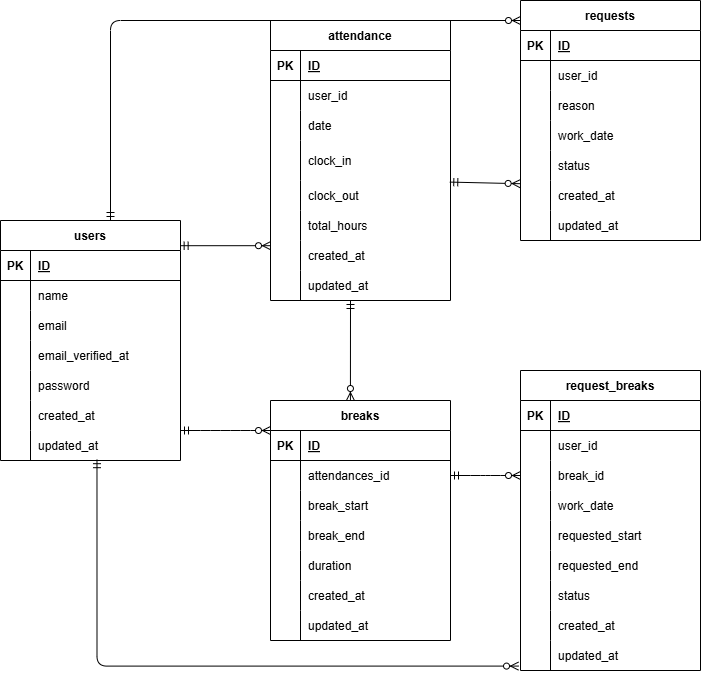
Earlier version of the draw.io export ER.png (nishimiyu0313/yamada-attendanceapp). Source tidied: cells renumbered, new cells last; positions are measured from the earlier drawing's top-left corner, leaving out a move shared by most shapes.
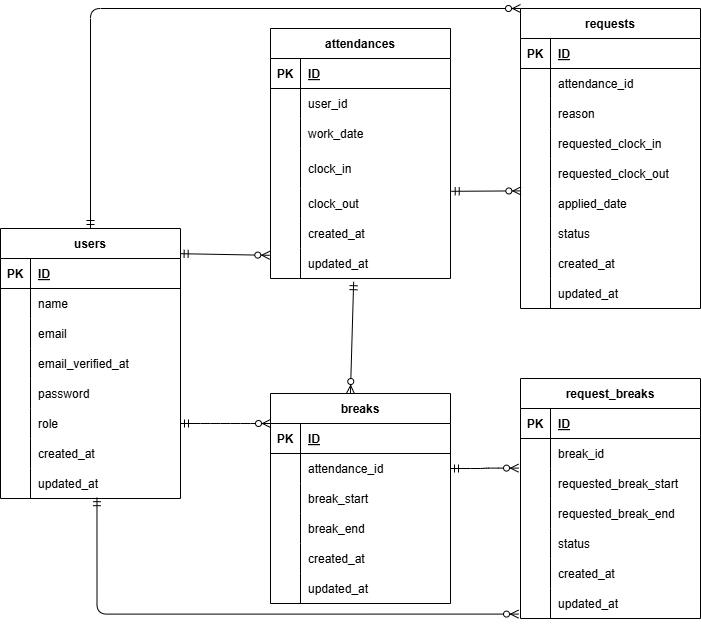
The same file after the commit.

Commit message:
リポジトリの変更

Diff of the diagram source:
```diff
@@ -5,3 +5,3 @@
     <mxCell id="2" value="users" style="shape=table;startSize=30;rowLines=0;fontStyle=1;align=center;" parent="1" vertex="1">
-      <mxGeometry y="220" width="180" height="240" as="geometry" />
+      <mxGeometry y="220" width="180" height="270" as="geometry" />
     </mxCell>
@@ -52,4 +52,13 @@
     </mxCell>
+    <mxCell id="128" style="shape=tableRow;horizontal=0;startSize=0;swimlaneHead=0;swimlaneBody=0;fillColor=none;points=[[0,0.5],[1,0.5]];portConstraint=eastwest;top=0;left=0;right=0;bottom=0;" parent="2" vertex="1">
+      <mxGeometry y="180" width="180" height="30" as="geometry" />
+    </mxCell>
+    <mxCell id="129" style="shape=partialRectangle;fillColor=none;top=0;left=0;bottom=0;right=0;overflow=hidden;" parent="128" vertex="1">
+      <mxGeometry width="30" height="30" as="geometry" />
+    </mxCell>
+    <mxCell id="130" value="role" style="shape=partialRectangle;fillColor=none;top=0;left=0;bottom=0;right=0;align=left;spacingLeft=6;overflow=hidden;" parent="128" vertex="1">
+      <mxGeometry x="30" width="150" height="30" as="geometry" />
+    </mxCell>
     <mxCell id="18" style="shape=tableRow;horizontal=0;startSize=0;swimlaneHead=0;swimlaneBody=0;fillColor=none;top=0;left=0;right=0;bottom=0;" parent="2" vertex="1">
-      <mxGeometry y="180" width="180" height="30" as="geometry" />
+      <mxGeometry y="210" width="180" height="30" as="geometry" />
     </mxCell>
@@ -62,3 +71,3 @@
     <mxCell id="21" style="shape=tableRow;horizontal=0;startSize=0;swimlaneHead=0;swimlaneBody=0;fillColor=none;points=[[0,0.5],[1,0.5]];portConstraint=eastwest;top=0;left=0;right=0;bottom=0;" parent="2" vertex="1">
-      <mxGeometry y="210" width="180" height="30" as="geometry" />
+      <mxGeometry y="240" width="180" height="30" as="geometry" />
     </mxCell>
@@ -70,4 +79,4 @@
     </mxCell>
-    <mxCell id="24" value="attendance" style="shape=table;startSize=30;rowLines=0;fontStyle=1;align=center;" parent="1" vertex="1">
-      <mxGeometry x="270" y="20" width="180" height="280" as="geometry" />
+    <mxCell id="24" value="attendances" style="shape=table;startSize=30;rowLines=0;fontStyle=1;align=center;" parent="1" vertex="1">
+      <mxGeometry x="270" y="20" width="180" height="250" as="geometry" />
     </mxCell>
@@ -97,3 +106,3 @@
     </mxCell>
-    <mxCell id="33" value="date" style="shape=partialRectangle;fillColor=none;top=0;left=0;bottom=0;right=0;align=left;spacingLeft=6;overflow=hidden;" parent="31" vertex="1">
+    <mxCell id="33" value="work_date" style="shape=partialRectangle;fillColor=none;top=0;left=0;bottom=0;right=0;align=left;spacingLeft=6;overflow=hidden;" parent="31" vertex="1">
       <mxGeometry x="30" width="150" height="30" as="geometry" />
@@ -118,13 +127,4 @@
     </mxCell>
-    <mxCell id="40" style="shape=tableRow;horizontal=0;startSize=0;swimlaneHead=0;swimlaneBody=0;fillColor=none;top=0;left=0;right=0;bottom=0;" parent="24" vertex="1">
-      <mxGeometry y="190" width="180" height="30" as="geometry" />
-    </mxCell>
-    <mxCell id="41" style="shape=partialRectangle;fillColor=none;top=0;left=0;bottom=0;right=0;overflow=hidden;" parent="40" vertex="1">
-      <mxGeometry width="30" height="30" as="geometry" />
-    </mxCell>
-    <mxCell id="42" value="total_hours" style="shape=partialRectangle;fillColor=none;top=0;left=0;bottom=0;right=0;align=left;spacingLeft=6;overflow=hidden;" parent="40" vertex="1">
-      <mxGeometry x="30" width="150" height="30" as="geometry" />
-    </mxCell>
     <mxCell id="43" style="shape=tableRow;horizontal=0;startSize=0;swimlaneHead=0;swimlaneBody=0;fillColor=none;points=[[0,0.5],[1,0.5]];portConstraint=eastwest;top=0;left=0;right=0;bottom=0;" parent="24" vertex="1">
-      <mxGeometry y="220" width="180" height="30" as="geometry" />
+      <mxGeometry y="190" width="180" height="30" as="geometry" />
     </mxCell>
@@ -137,3 +137,3 @@
     <mxCell id="46" style="shape=tableRow;horizontal=0;startSize=0;swimlaneHead=0;swimlaneBody=0;fillColor=none;points=[[0,0.5],[1,0.5]];portConstraint=eastwest;top=0;left=0;right=0;bottom=0;" parent="24" vertex="1">
-      <mxGeometry y="250" width="180" height="30" as="geometry" />
+      <mxGeometry y="220" width="180" height="30" as="geometry" />
     </mxCell>
@@ -146,3 +146,3 @@
     <mxCell id="49" value="breaks" style="shape=table;startSize=30;rowLines=0;fontStyle=1;align=center;" parent="1" vertex="1">
-      <mxGeometry x="270" y="400" width="180" height="240" as="geometry" />
+      <mxGeometry x="270" y="385" width="180" height="210" as="geometry" />
     </mxCell>
@@ -163,3 +163,3 @@
     </mxCell>
-    <mxCell id="55" value="attendances_id" style="shape=partialRectangle;fillColor=none;top=0;left=0;bottom=0;right=0;align=left;spacingLeft=6;overflow=hidden;" parent="53" vertex="1">
+    <mxCell id="55" value="attendance_id" style="shape=partialRectangle;fillColor=none;top=0;left=0;bottom=0;right=0;align=left;spacingLeft=6;overflow=hidden;" parent="53" vertex="1">
       <mxGeometry x="30" width="150" height="30" as="geometry" />
@@ -184,13 +184,4 @@
     </mxCell>
-    <mxCell id="62" style="shape=tableRow;horizontal=0;startSize=0;swimlaneHead=0;swimlaneBody=0;fillColor=none;top=0;left=0;right=0;bottom=0;" parent="49" vertex="1">
-      <mxGeometry y="150" width="180" height="30" as="geometry" />
-    </mxCell>
-    <mxCell id="63" style="shape=partialRectangle;fillColor=none;top=0;left=0;bottom=0;right=0;overflow=hidden;" parent="62" vertex="1">
-      <mxGeometry width="30" height="30" as="geometry" />
-    </mxCell>
-    <mxCell id="64" value="duration" style="shape=partialRectangle;fillColor=none;top=0;left=0;bottom=0;right=0;align=left;spacingLeft=6;overflow=hidden;" parent="62" vertex="1">
-      <mxGeometry x="30" width="150" height="30" as="geometry" />
-    </mxCell>
     <mxCell id="65" style="shape=tableRow;horizontal=0;startSize=0;swimlaneHead=0;swimlaneBody=0;fillColor=none;top=0;left=0;right=0;bottom=0;" parent="49" vertex="1">
-      <mxGeometry y="180" width="180" height="30" as="geometry" />
+      <mxGeometry y="150" width="180" height="30" as="geometry" />
     </mxCell>
@@ -203,3 +194,3 @@
     <mxCell id="68" style="shape=tableRow;horizontal=0;startSize=0;swimlaneHead=0;swimlaneBody=0;fillColor=none;top=0;left=0;right=0;bottom=0;" parent="49" vertex="1">
-      <mxGeometry y="210" width="180" height="30" as="geometry" />
+      <mxGeometry y="180" width="180" height="30" as="geometry" />
     </mxCell>
@@ -212,3 +203,3 @@
     <mxCell id="71" value="requests" style="shape=table;startSize=30;rowLines=0;fontStyle=1;align=center;" parent="1" vertex="1">
-      <mxGeometry x="520" width="180" height="240" as="geometry" />
+      <mxGeometry x="520" width="180" height="300" as="geometry" />
     </mxCell>
@@ -223,11 +214,11 @@
     </mxCell>
-    <mxCell id="75" style="shape=tableRow;horizontal=0;startSize=0;swimlaneHead=0;swimlaneBody=0;fillColor=none;top=0;left=0;right=0;bottom=0;" parent="71" vertex="1">
-      <mxGeometry y="60" width="180" height="30" as="geometry" />
-    </mxCell>
-    <mxCell id="76" style="shape=partialRectangle;fillColor=none;top=0;left=0;bottom=0;right=0;overflow=hidden;" parent="75" vertex="1">
-      <mxGeometry width="30" height="30" as="geometry" />
-    </mxCell>
-    <mxCell id="77" value="user_id" style="shape=partialRectangle;fillColor=none;top=0;left=0;bottom=0;right=0;align=left;spacingLeft=6;overflow=hidden;" parent="75" vertex="1">
-      <mxGeometry x="30" width="150" height="30" as="geometry" />
-    </mxCell>
+    <mxCell id="131" style="shape=tableRow;horizontal=0;startSize=0;swimlaneHead=0;swimlaneBody=0;fillColor=none;top=0;left=0;right=0;bottom=0;" parent="71" vertex="1">
+      <mxGeometry y="60" width="180" height="30" as="geometry" />
+    </mxCell>
+    <mxCell id="132" style="shape=partialRectangle;fillColor=none;top=0;left=0;bottom=0;right=0;overflow=hidden;" parent="131" vertex="1">
+      <mxGeometry width="30" height="30" as="geometry" />
+    </mxCell>
+    <mxCell id="133" value="attendance_id" style="shape=partialRectangle;fillColor=none;top=0;left=0;bottom=0;right=0;align=left;spacingLeft=6;overflow=hidden;" parent="131" vertex="1">
+      <mxGeometry x="30" width="150" height="30" as="geometry" />
+    </mxCell>
     <mxCell id="78" style="shape=tableRow;horizontal=0;startSize=0;swimlaneHead=0;swimlaneBody=0;fillColor=none;top=0;left=0;right=0;bottom=0;" parent="71" vertex="1">
@@ -241,13 +232,31 @@
     </mxCell>
-    <mxCell id="81" style="shape=tableRow;horizontal=0;startSize=0;swimlaneHead=0;swimlaneBody=0;fillColor=none;top=0;left=0;right=0;bottom=0;" parent="71" vertex="1">
-      <mxGeometry y="120" width="180" height="30" as="geometry" />
-    </mxCell>
-    <mxCell id="82" style="shape=partialRectangle;fillColor=none;top=0;left=0;bottom=0;right=0;overflow=hidden;" parent="81" vertex="1">
-      <mxGeometry width="30" height="30" as="geometry" />
-    </mxCell>
-    <mxCell id="83" value="work_date" style="shape=partialRectangle;fillColor=none;top=0;left=0;bottom=0;right=0;align=left;spacingLeft=6;overflow=hidden;" parent="81" vertex="1">
-      <mxGeometry x="30" width="150" height="30" as="geometry" />
-    </mxCell>
+    <mxCell id="134" style="shape=tableRow;horizontal=0;startSize=0;swimlaneHead=0;swimlaneBody=0;fillColor=none;top=0;left=0;right=0;bottom=0;" parent="71" vertex="1">
+      <mxGeometry y="120" width="180" height="30" as="geometry" />
+    </mxCell>
+    <mxCell id="135" style="shape=partialRectangle;fillColor=none;top=0;left=0;bottom=0;right=0;overflow=hidden;" parent="134" vertex="1">
+      <mxGeometry width="30" height="30" as="geometry" />
+    </mxCell>
+    <mxCell id="136" value="requested_clock_in" style="shape=partialRectangle;fillColor=none;top=0;left=0;bottom=0;right=0;align=left;spacingLeft=6;overflow=hidden;" parent="134" vertex="1">
+      <mxGeometry x="30" width="150" height="30" as="geometry" />
+    </mxCell>
+    <mxCell id="62" style="shape=tableRow;horizontal=0;startSize=0;swimlaneHead=0;swimlaneBody=0;fillColor=none;top=0;left=0;right=0;bottom=0;" parent="71" vertex="1">
+      <mxGeometry y="150" width="180" height="30" as="geometry" />
+    </mxCell>
+    <mxCell id="137" style="shape=partialRectangle;fillColor=none;top=0;left=0;bottom=0;right=0;overflow=hidden;" parent="62" vertex="1">
+      <mxGeometry width="30" height="30" as="geometry" />
+    </mxCell>
+    <mxCell id="138" value="requested_clock_out" style="shape=partialRectangle;fillColor=none;top=0;left=0;bottom=0;right=0;align=left;spacingLeft=6;overflow=hidden;" parent="62" vertex="1">
+      <mxGeometry x="30" width="150" height="30" as="geometry" />
+    </mxCell>
+    <mxCell id="139" style="shape=tableRow;horizontal=0;startSize=0;swimlaneHead=0;swimlaneBody=0;fillColor=none;points=[[0,0.5],[1,0.5]];portConstraint=eastwest;top=0;left=0;right=0;bottom=0;" parent="71" vertex="1">
+      <mxGeometry y="180" width="180" height="30" as="geometry" />
+    </mxCell>
+    <mxCell id="140" style="shape=partialRectangle;fillColor=none;top=0;left=0;bottom=0;right=0;overflow=hidden;" parent="139" vertex="1">
+      <mxGeometry width="30" height="30" as="geometry" />
+    </mxCell>
+    <mxCell id="141" value="applied_date" style="shape=partialRectangle;fillColor=none;top=0;left=0;bottom=0;right=0;align=left;spacingLeft=6;overflow=hidden;" parent="139" vertex="1">
+      <mxGeometry x="30" width="150" height="30" as="geometry" />
+    </mxCell>
     <mxCell id="84" style="shape=tableRow;horizontal=0;startSize=0;swimlaneHead=0;swimlaneBody=0;fillColor=none;top=0;left=0;right=0;bottom=0;" parent="71" vertex="1">
-      <mxGeometry y="150" width="180" height="30" as="geometry" />
+      <mxGeometry y="210" width="180" height="30" as="geometry" />
     </mxCell>
@@ -260,3 +269,3 @@
     <mxCell id="87" style="shape=tableRow;horizontal=0;startSize=0;swimlaneHead=0;swimlaneBody=0;fillColor=none;points=[[0,0.5],[1,0.5]];portConstraint=eastwest;top=0;left=0;right=0;bottom=0;" parent="71" vertex="1">
-      <mxGeometry y="180" width="180" height="30" as="geometry" />
+      <mxGeometry y="240" width="180" height="30" as="geometry" />
     </mxCell>
@@ -269,3 +278,3 @@
     <mxCell id="90" style="shape=tableRow;horizontal=0;startSize=0;swimlaneHead=0;swimlaneBody=0;fillColor=none;top=0;left=0;right=0;bottom=0;" parent="71" vertex="1">
-      <mxGeometry y="210" width="180" height="30" as="geometry" />
+      <mxGeometry y="270" width="180" height="30" as="geometry" />
     </mxCell>
@@ -278,3 +287,3 @@
     <mxCell id="93" value="request_breaks" style="shape=table;startSize=30;rowLines=0;fontStyle=1;align=center;" parent="1" vertex="1">
-      <mxGeometry x="520" y="370" width="180" height="300" as="geometry" />
+      <mxGeometry x="520" y="370" width="180" height="240" as="geometry" />
     </mxCell>
@@ -289,13 +298,4 @@
     </mxCell>
-    <mxCell id="97" style="shape=tableRow;horizontal=0;startSize=0;swimlaneHead=0;swimlaneBody=0;fillColor=none;top=0;left=0;right=0;bottom=0;" parent="93" vertex="1">
-      <mxGeometry y="60" width="180" height="30" as="geometry" />
-    </mxCell>
-    <mxCell id="98" style="shape=partialRectangle;fillColor=none;top=0;left=0;bottom=0;right=0;overflow=hidden;" parent="97" vertex="1">
-      <mxGeometry width="30" height="30" as="geometry" />
-    </mxCell>
-    <mxCell id="99" value="user_id" style="shape=partialRectangle;fillColor=none;top=0;left=0;bottom=0;right=0;align=left;spacingLeft=6;overflow=hidden;" parent="97" vertex="1">
-      <mxGeometry x="30" width="150" height="30" as="geometry" />
-    </mxCell>
     <mxCell id="100" style="shape=tableRow;horizontal=0;startSize=0;swimlaneHead=0;swimlaneBody=0;fillColor=none;points=[[0,0.5],[1,0.5]];portConstraint=eastwest;top=0;left=0;right=0;bottom=0;" parent="93" vertex="1">
-      <mxGeometry y="90" width="180" height="30" as="geometry" />
+      <mxGeometry y="60" width="180" height="30" as="geometry" />
     </mxCell>
@@ -307,13 +307,4 @@
     </mxCell>
-    <mxCell id="103" style="shape=tableRow;horizontal=0;startSize=0;swimlaneHead=0;swimlaneBody=0;fillColor=none;top=0;left=0;right=0;bottom=0;" parent="93" vertex="1">
-      <mxGeometry y="120" width="180" height="30" as="geometry" />
-    </mxCell>
-    <mxCell id="104" style="shape=partialRectangle;fillColor=none;top=0;left=0;bottom=0;right=0;overflow=hidden;" parent="103" vertex="1">
-      <mxGeometry width="30" height="30" as="geometry" />
-    </mxCell>
-    <mxCell id="105" value="work_date" style="shape=partialRectangle;fillColor=none;top=0;left=0;bottom=0;right=0;align=left;spacingLeft=6;overflow=hidden;" parent="103" vertex="1">
-      <mxGeometry x="30" width="150" height="30" as="geometry" />
-    </mxCell>
     <mxCell id="106" style="shape=tableRow;horizontal=0;startSize=0;swimlaneHead=0;swimlaneBody=0;fillColor=none;points=[[0,0.5],[1,0.5]];portConstraint=eastwest;top=0;left=0;right=0;bottom=0;" parent="93" vertex="1">
-      <mxGeometry y="150" width="180" height="30" as="geometry" />
+      <mxGeometry y="90" width="180" height="30" as="geometry" />
     </mxCell>
@@ -322,3 +313,3 @@
     </mxCell>
-    <mxCell id="108" value="requested_start" style="shape=partialRectangle;fillColor=none;top=0;left=0;bottom=0;right=0;align=left;spacingLeft=6;overflow=hidden;" parent="106" vertex="1">
+    <mxCell id="108" value="requested_break_start" style="shape=partialRectangle;fillColor=none;top=0;left=0;bottom=0;right=0;align=left;spacingLeft=6;overflow=hidden;" parent="106" vertex="1">
       <mxGeometry x="30" width="150" height="30" as="geometry" />
@@ -326,3 +317,3 @@
     <mxCell id="109" style="shape=tableRow;horizontal=0;startSize=0;swimlaneHead=0;swimlaneBody=0;fillColor=none;top=0;left=0;right=0;bottom=0;" parent="93" vertex="1">
-      <mxGeometry y="180" width="180" height="30" as="geometry" />
+      <mxGeometry y="120" width="180" height="30" as="geometry" />
     </mxCell>
@@ -331,3 +322,3 @@
     </mxCell>
-    <mxCell id="111" value="requested_end" style="shape=partialRectangle;fillColor=none;top=0;left=0;bottom=0;right=0;align=left;spacingLeft=6;overflow=hidden;" parent="109" vertex="1">
+    <mxCell id="111" value="requested_break_end" style="shape=partialRectangle;fillColor=none;top=0;left=0;bottom=0;right=0;align=left;spacingLeft=6;overflow=hidden;" parent="109" vertex="1">
       <mxGeometry x="30" width="150" height="30" as="geometry" />
@@ -335,3 +326,3 @@
     <mxCell id="112" style="shape=tableRow;horizontal=0;startSize=0;swimlaneHead=0;swimlaneBody=0;fillColor=none;top=0;left=0;right=0;bottom=0;" parent="93" vertex="1">
-      <mxGeometry y="210" width="180" height="30" as="geometry" />
+      <mxGeometry y="150" width="180" height="30" as="geometry" />
     </mxCell>
@@ -344,3 +335,3 @@
     <mxCell id="115" style="shape=tableRow;horizontal=0;startSize=0;swimlaneHead=0;swimlaneBody=0;fillColor=none;top=0;left=0;right=0;bottom=0;" parent="93" vertex="1">
-      <mxGeometry y="240" width="180" height="30" as="geometry" />
+      <mxGeometry y="180" width="180" height="30" as="geometry" />
     </mxCell>
@@ -353,3 +344,3 @@
     <mxCell id="118" style="shape=tableRow;horizontal=0;startSize=0;swimlaneHead=0;swimlaneBody=0;fillColor=none;points=[[0,0.5],[1,0.5]];portConstraint=eastwest;top=0;left=0;right=0;bottom=0;" parent="93" vertex="1">
-      <mxGeometry y="270" width="180" height="30" as="geometry" />
+      <mxGeometry y="210" width="180" height="30" as="geometry" />
     </mxCell>
@@ -361,12 +352,10 @@
     </mxCell>
-    <mxCell id="121" style="fontSize=12;html=1;endArrow=ERzeroToMany;startArrow=ERmandOne;exitX=0.998;exitY=-0.16;exitDx=0;exitDy=0;entryX=0;entryY=0.173;entryDx=0;entryDy=0;entryPerimeter=0;exitPerimeter=0;" parent="1" edge="1" source="3" target="43">
+    <mxCell id="121" style="fontSize=12;html=1;endArrow=ERzeroToMany;startArrow=ERmandOne;exitX=0.998;exitY=-0.16;exitDx=0;exitDy=0;entryX=-0.004;entryY=0.227;entryDx=0;entryDy=0;exitPerimeter=0;entryPerimeter=0;" parent="1" edge="1" source="3" target="46">
       <mxGeometry relative="1" as="geometry" />
     </mxCell>
-    <mxCell id="122" style="edgeStyle=entityRelationEdgeStyle;fontSize=12;html=1;endArrow=ERzeroToMany;startArrow=ERmandOne;exitX=1;exitY=0;exitDx=0;exitDy=0;exitPerimeter=0;entryX=0;entryY=0;entryDx=0;entryDy=0;entryPerimeter=0;" parent="1" edge="1" source="21" target="50">
+    <mxCell id="122" style="edgeStyle=entityRelationEdgeStyle;fontSize=12;html=1;endArrow=ERzeroToMany;startArrow=ERmandOne;exitX=1;exitY=0.5;exitDx=0;exitDy=0;entryX=0;entryY=0;entryDx=0;entryDy=0;entryPerimeter=0;" parent="1" edge="1" source="128" target="50">
       <mxGeometry relative="1" as="geometry" />
     </mxCell>
-    <mxCell id="123" style="fontSize=12;html=1;endArrow=ERzeroToMany;startArrow=ERmandOne;entryX=0.444;entryY=0;entryDx=0;entryDy=0;entryPerimeter=0;" parent="1" edge="1" target="49">
-      <mxGeometry relative="1" as="geometry">
-        <mxPoint x="350" y="300" as="sourcePoint" />
-      </mxGeometry>
+    <mxCell id="123" style="fontSize=12;html=1;endArrow=ERzeroToMany;startArrow=ERmandOne;entryX=0.444;entryY=0;entryDx=0;entryDy=0;entryPerimeter=0;exitX=0.462;exitY=1.107;exitDx=0;exitDy=0;exitPerimeter=0;" parent="1" edge="1" source="46" target="49">
+      <mxGeometry relative="1" as="geometry" />
     </mxCell>
@@ -375,17 +364,15 @@
     </mxCell>
-    <mxCell id="125" style="edgeStyle=orthogonalEdgeStyle;fontSize=12;html=1;endArrow=ERzeroToMany;startArrow=ERmandOne;" parent="1" edge="1">
-      <mxGeometry relative="1" as="geometry">
-        <mxPoint x="110" y="220" as="sourcePoint" />
-        <mxPoint x="520" y="20" as="targetPoint" />
-        <Array as="points">
-          <mxPoint x="110" y="20" />
-        </Array>
-      </mxGeometry>
-    </mxCell>
-    <mxCell id="126" style="edgeStyle=entityRelationEdgeStyle;fontSize=12;html=1;endArrow=ERzeroToMany;startArrow=ERmandOne;entryX=0;entryY=0.5;entryDx=0;entryDy=0;exitX=1;exitY=0.5;exitDx=0;exitDy=0;" parent="1" edge="1" source="53" target="100">
+    <mxCell id="126" style="edgeStyle=entityRelationEdgeStyle;fontSize=12;html=1;endArrow=ERzeroToMany;startArrow=ERmandOne;exitX=1;exitY=0.5;exitDx=0;exitDy=0;entryX=-0.011;entryY=-0.013;entryDx=0;entryDy=0;entryPerimeter=0;" parent="1" edge="1" source="53" target="106">
       <mxGeometry relative="1" as="geometry" />
     </mxCell>
-    <mxCell id="127" style="fontSize=12;html=1;endArrow=ERzeroToMany;startArrow=ERmandOne;exitX=0.996;exitY=0.053;exitDx=0;exitDy=0;exitPerimeter=0;entryX=-0.002;entryY=0.107;entryDx=0;entryDy=0;entryPerimeter=0;" parent="1" edge="1" source="37" target="87">
+    <mxCell id="127" style="fontSize=12;html=1;endArrow=ERzeroToMany;startArrow=ERmandOne;entryX=0.002;entryY=0.08;entryDx=0;entryDy=0;entryPerimeter=0;exitX=1.004;exitY=0.093;exitDx=0;exitDy=0;exitPerimeter=0;" parent="1" edge="1" source="37" target="139">
       <mxGeometry relative="1" as="geometry" />
     </mxCell>
+    <mxCell id="142" style="edgeStyle=orthogonalEdgeStyle;fontSize=12;html=1;endArrow=ERzeroToMany;startArrow=ERmandOne;exitX=0.5;exitY=0;exitDx=0;exitDy=0;entryX=0;entryY=0;entryDx=0;entryDy=0;" parent="1" edge="1" source="2" target="71">
+      <mxGeometry relative="1" as="geometry">
+        <Array as="points">
+          <mxPoint x="90" />
+        </Array>
+      </mxGeometry>
+    </mxCell>
   </root>
```
